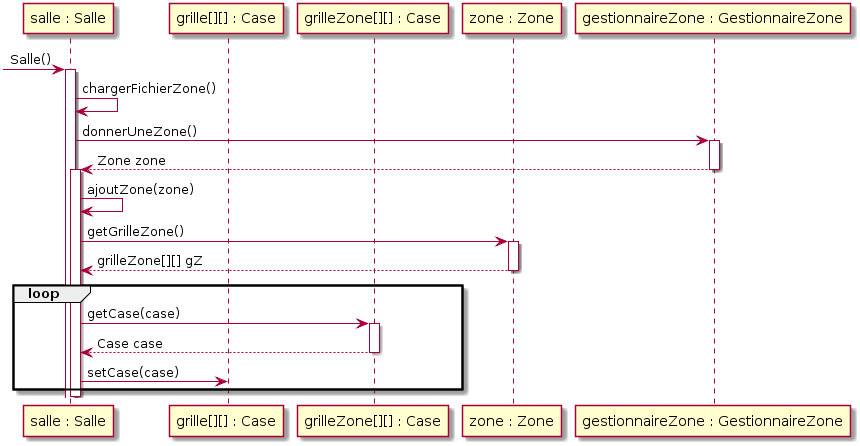
Before: documents/version_3/Diagramme_Sequence_AjoutZone.png, a diagram exported from PlantUML (GeoffroyMuller/2018_COO_Zeldiablo). Source of this version:
```plantuml
@startuml
Participant "salle : Salle" as s
Participant "grille[][] : Case" as g
Participant "grilleZone[][] : Case" as gZ
Participant "zone : Zone" as z

Participant "gestionnaireZone : GestionnaireZone" as gz

-> s : Salle()
activate s
s-> s : chargerFichierZone()
s-> gz : donnerUneZone()
activate gz
gz --> s : Zone zone
deactivate gz

activate s
s -> s : ajoutZone(zone)
s -> z : getGrilleZone()
activate z
z--> s : grilleZone[][] gZ
deactivate z

loop
s -> gZ : getCase(case)
activate gZ
gZ--> s : Case case
deactivate gZ
s -> g : setCase(case)
end
deactivate s
@enduml
```
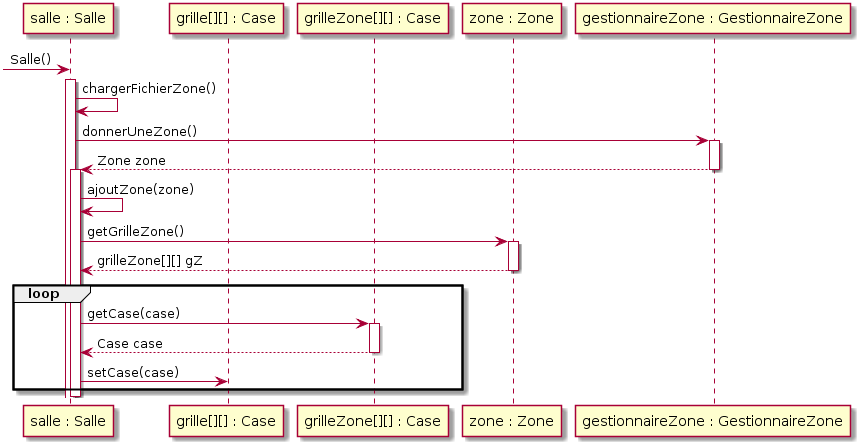
Above is the later version.

Commit message:
resolution d'exception et ajout de test

Diff of the diagram source:
```diff
@@ -1,12 +1,13 @@
 @startuml
-Participant "salle : Salle" as s
+create "salle : Salle" as s
+
+-> s : Salle()
 Participant "grille[][] : Case" as g
 Participant "grilleZone[][] : Case" as gZ
 Participant "zone : Zone" as z
 
 Participant "gestionnaireZone : GestionnaireZone" as gz
 
--> s : Salle()
 activate s
 s-> s : chargerFichierZone()
 s-> gz : donnerUneZone()
```
